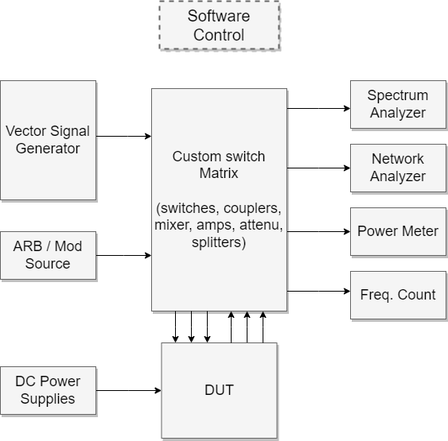
The draw.io diagram crontab-visualizer.png in shellbot97/turbo-octo-adventure, before a commit. Source tidied: cells renumbered, new cells last; positions are measured from the earlier drawing's top-left corner, leaving out a move shared by most shapes.
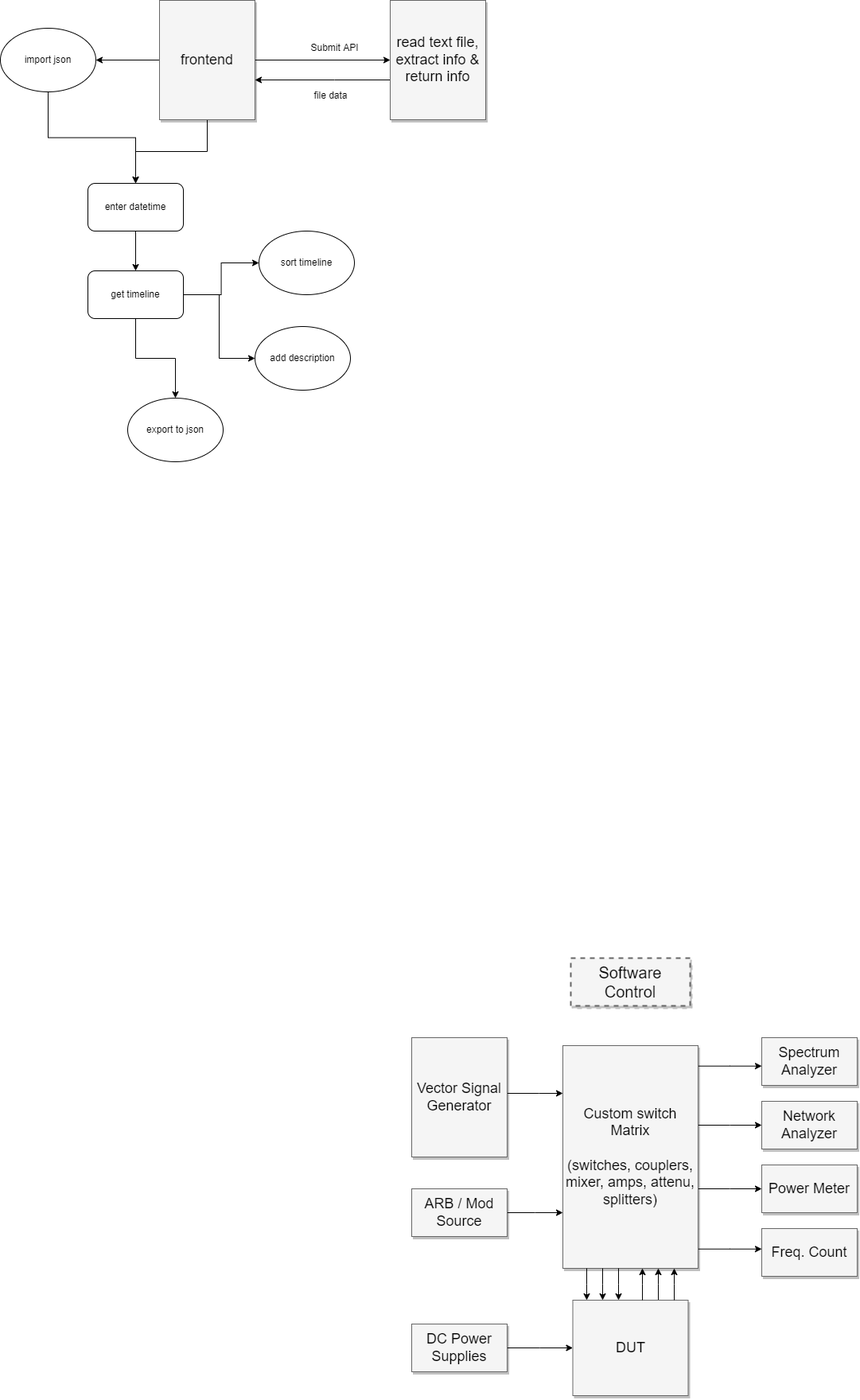
After the commit.

Change to the diagram source:
```diff
@@ -112,5 +112,67 @@
         </Array>
       </mxGeometry>
     </mxCell>
+    <mxCell id="25" style="edgeStyle=orthogonalEdgeStyle;rounded=0;jettySize=auto;html=1;" parent="1" edge="1" source="28" target="30">
+      <mxGeometry relative="1" as="geometry" />
+    </mxCell>
+    <mxCell id="26" style="edgeStyle=orthogonalEdgeStyle;rounded=0;jettySize=auto;html=1;" parent="1" edge="1" source="28" target="34">
+      <mxGeometry relative="1" as="geometry" />
+    </mxCell>
+    <mxCell id="27" style="edgeStyle=orthogonalEdgeStyle;rounded=0;jettySize=auto;html=1;" parent="1" edge="1" source="28" target="43">
+      <mxGeometry relative="1" as="geometry" />
+    </mxCell>
+    <mxCell id="28" value="frontend" style="whiteSpace=wrap;html=1;shadow=1;fontSize=18;fillColor=#f5f5f5;strokeColor=#666666;" parent="1" vertex="1">
+      <mxGeometry x="-317" y="-1204" width="120" height="150" as="geometry" />
+    </mxCell>
+    <mxCell id="29" style="edgeStyle=orthogonalEdgeStyle;rounded=0;jettySize=auto;html=1;" parent="1" edge="1" source="30" target="28">
+      <mxGeometry relative="1" as="geometry">
+        <Array as="points">
+          <mxPoint x="-97" y="-1104" />
+          <mxPoint x="-97" y="-1104" />
+        </Array>
+      </mxGeometry>
+    </mxCell>
+    <mxCell id="30" value="read text file, extract info &amp;amp; return info" style="whiteSpace=wrap;html=1;shadow=1;fontSize=18;fillColor=#f5f5f5;strokeColor=#666666;" parent="1" vertex="1">
+      <mxGeometry x="-27" y="-1204" width="120" height="150" as="geometry" />
+    </mxCell>
+    <mxCell id="31" value="Submit API" style="text;html=1;align=center;verticalAlign=middle;strokeColor=none;fillColor=none;" parent="1" vertex="1">
+      <mxGeometry x="-132" y="-1154" width="70" height="20" as="geometry" />
+    </mxCell>
+    <mxCell id="32" value="file data&lt;br&gt;" style="text;html=1;align=center;verticalAlign=middle;strokeColor=none;fillColor=none;" parent="1" vertex="1">
+      <mxGeometry x="-132" y="-1094" width="60" height="20" as="geometry" />
+    </mxCell>
+    <mxCell id="33" style="edgeStyle=orthogonalEdgeStyle;rounded=0;jettySize=auto;html=1;entryX=0.5;entryY=0;entryDx=0;entryDy=0;" parent="1" edge="1" source="34" target="38">
+      <mxGeometry relative="1" as="geometry" />
+    </mxCell>
+    <mxCell id="34" value="enter datetime" style="rounded=1;whiteSpace=wrap;html=1;" parent="1" vertex="1">
+      <mxGeometry x="-407" y="-974" width="120" height="60" as="geometry" />
+    </mxCell>
+    <mxCell id="35" style="edgeStyle=orthogonalEdgeStyle;rounded=0;jettySize=auto;html=1;entryX=0;entryY=0.5;entryDx=0;entryDy=0;" parent="1" edge="1" source="38" target="39">
+      <mxGeometry relative="1" as="geometry" />
+    </mxCell>
+    <mxCell id="36" style="edgeStyle=orthogonalEdgeStyle;rounded=0;jettySize=auto;html=1;entryX=0;entryY=0.5;entryDx=0;entryDy=0;" parent="1" edge="1" source="38" target="40">
+      <mxGeometry relative="1" as="geometry" />
+    </mxCell>
+    <mxCell id="37" style="edgeStyle=orthogonalEdgeStyle;rounded=0;jettySize=auto;html=1;entryX=0.5;entryY=0;entryDx=0;entryDy=0;" parent="1" edge="1" source="38" target="41">
+      <mxGeometry relative="1" as="geometry" />
+    </mxCell>
+    <mxCell id="38" value="get timeline" style="rounded=1;whiteSpace=wrap;html=1;" parent="1" vertex="1">
+      <mxGeometry x="-407" y="-864" width="120" height="60" as="geometry" />
+    </mxCell>
+    <mxCell id="39" value="sort timeline" style="ellipse;whiteSpace=wrap;html=1;" parent="1" vertex="1">
+      <mxGeometry x="-192" y="-914" width="120" height="80" as="geometry" />
+    </mxCell>
+    <mxCell id="40" value="add description" style="ellipse;whiteSpace=wrap;html=1;" parent="1" vertex="1">
+      <mxGeometry x="-197" y="-794" width="120" height="80" as="geometry" />
+    </mxCell>
+    <mxCell id="41" value="export to json" style="ellipse;whiteSpace=wrap;html=1;" parent="1" vertex="1">
+      <mxGeometry x="-357" y="-704" width="120" height="80" as="geometry" />
+    </mxCell>
+    <mxCell id="42" style="edgeStyle=orthogonalEdgeStyle;rounded=0;jettySize=auto;html=1;entryX=0.5;entryY=0;entryDx=0;entryDy=0;" parent="1" edge="1" source="43" target="34">
+      <mxGeometry relative="1" as="geometry" />
+    </mxCell>
+    <mxCell id="43" value="import json&lt;br&gt;" style="ellipse;whiteSpace=wrap;html=1;" parent="1" vertex="1">
+      <mxGeometry x="-517" y="-1169" width="120" height="80" as="geometry" />
+    </mxCell>
   </root>
 </mxGraphModel>
```
